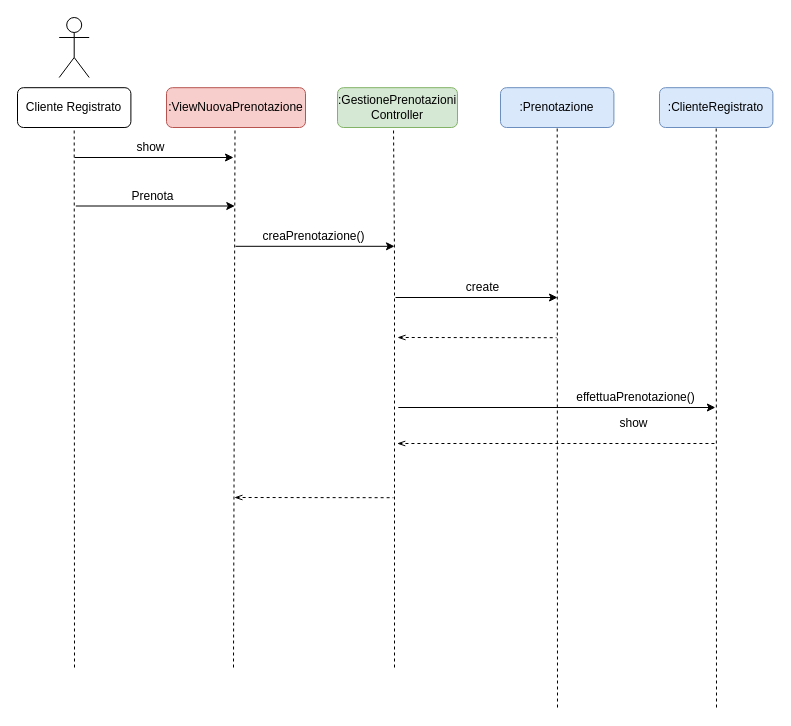
lnwor/farmabyte-doc keeps this draw.io diagram as page "NuovaPrenotazione" (4 of 6) of drawio/ArchitetturaLogica.drawio. Above is the earlier version. Source tidied: cells renumbered, new cells numbered last; positions are measured from the earlier drawing's top-left corner, leaving out a move shared by most shapes. Both pictures are drawn from the tidied source at 100%, with x=0, y=0 at pixel (17, 17).
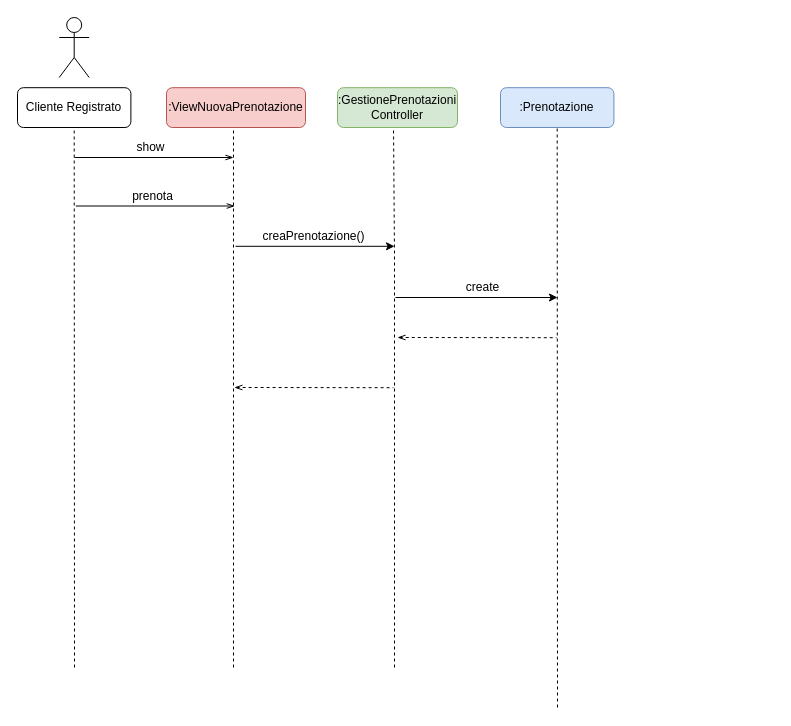
Above is the later version.

Change to the diagram source:
```diff
@@
-    <mxCell id="6" value=":ClienteRegistrato" style="rounded=1;whiteSpace=wrap;html=1;fillColor=#dae8fc;strokeColor=#6c8ebf;" parent="1" vertex="1">
-      <mxGeometry x="642" y="70.2" width="113.4" height="39.8" as="geometry" />
-    </mxCell>
@@
     <mxCell id="11" style="endArrow=none;dashed=1;html=1;entryX=0.5;entryY=1;entryDx=0;entryDy=0;" parent="1" edge="1">
       <mxGeometry relative="1" as="geometry">
         <mxPoint x="216" y="650" as="sourcePoint" />
-        <mxPoint x="217.5" y="110" as="targetPoint" />
+        <mxPoint x="216" y="110" as="targetPoint" />
       </mxGeometry>
     </mxCell>
@@
-    <mxCell id="14" style="endArrow=classic;html=1;" parent="1" edge="1">
+    <mxCell id="14" style="endArrow=openThin;html=1;endFill=0;" parent="1" edge="1">
       <mxGeometry relative="1" as="geometry">
         <mxPoint x="57" y="140" as="sourcePoint" />
         <mxPoint x="216" y="140" as="targetPoint" />
       </mxGeometry>
     </mxCell>
-    <mxCell id="15" value="Prenota" style="text;html=1;align=center;verticalAlign=middle;strokeColor=none;" parent="1" vertex="1">
+    <mxCell id="15" value="prenota" style="text;html=1;align=center;verticalAlign=middle;strokeColor=none;" parent="1" vertex="1">
       <mxGeometry x="104.7" y="168.5" width="60" height="20" as="geometry" />
     </mxCell>
-    <mxCell id="16" style="endArrow=classic;html=1;" parent="1" edge="1">
+    <mxCell id="16" style="endArrow=openThin;html=1;endFill=0;" parent="1" edge="1">
       <mxGeometry relative="1" as="geometry">
         <mxPoint x="58.3" y="188.5" as="sourcePoint" />
         <mxPoint x="217.3" y="188.5" as="targetPoint" />
       </mxGeometry>
     </mxCell>
@@
     <mxCell id="20" style="endArrow=none;html=1;dashed=1;endFill=0;startArrow=openThin;startFill=0;" parent="1" edge="1">
       <mxGeometry relative="1" as="geometry">
-        <mxPoint x="216.9" y="480" as="sourcePoint" />
-        <mxPoint x="375.9" y="480.2" as="targetPoint" />
+        <mxPoint x="216.9" y="370" as="sourcePoint" />
+        <mxPoint x="375.9" y="370.2" as="targetPoint" />
       </mxGeometry>
     </mxCell>
-    <mxCell id="21" value="show" style="text;html=1;align=center;verticalAlign=middle;strokeColor=none;" parent="1" vertex="1">
-      <mxGeometry x="596" y="396" width="40" height="20" as="geometry" />
-    </mxCell>
-    <mxCell id="22" style="endArrow=classic;html=1;" parent="1" edge="1">
-      <mxGeometry relative="1" as="geometry">
-        <mxPoint x="380.8" y="390" as="sourcePoint" />
-        <mxPoint x="697.9" y="390" as="targetPoint" />
-      </mxGeometry>
-    </mxCell>
-    <mxCell id="23" style="endArrow=none;dashed=1;html=1;entryX=0.5;entryY=1;entryDx=0;entryDy=0;endFill=0;" parent="1" edge="1" target="6">
-      <mxGeometry relative="1" as="geometry">
-        <mxPoint x="699" y="690" as="sourcePoint" />
-      </mxGeometry>
-    </mxCell>
@@
-    <mxCell id="25" value="effettuaPrenotazione()" style="text;html=1;align=center;verticalAlign=middle;strokeColor=none;" parent="1" vertex="1">
-      <mxGeometry x="553.4" y="370" width="130" height="20" as="geometry" />
-    </mxCell>
-    <mxCell id="26" style="endArrow=none;html=1;dashed=1;endFill=0;startArrow=openThin;startFill=0;" parent="1" edge="1">
-      <mxGeometry relative="1" as="geometry">
-        <mxPoint x="379.7" y="426" as="sourcePoint" />
-        <mxPoint x="699.7" y="426" as="targetPoint" />
-      </mxGeometry>
-    </mxCell>
```
